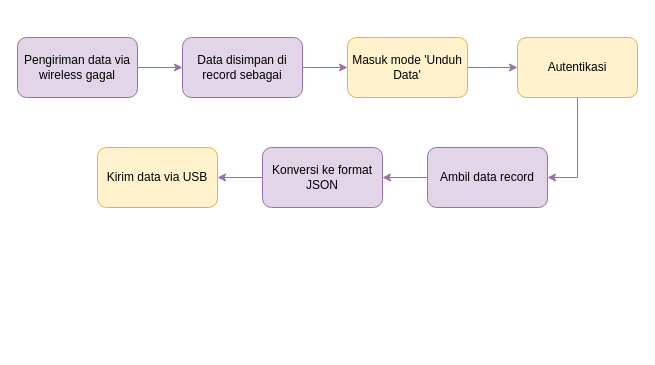
This is .flow/firm.drawio from frostdev03/SerialTo, a draw.io file, before an edit. Source tidied: cells renumbered, new cells numbered last; positions are measured from the earlier drawing's top-left corner, leaving out a move shared by most shapes. Both pictures are drawn from the tidied source at 100%, with x=0, y=0 at pixel (17, 37).
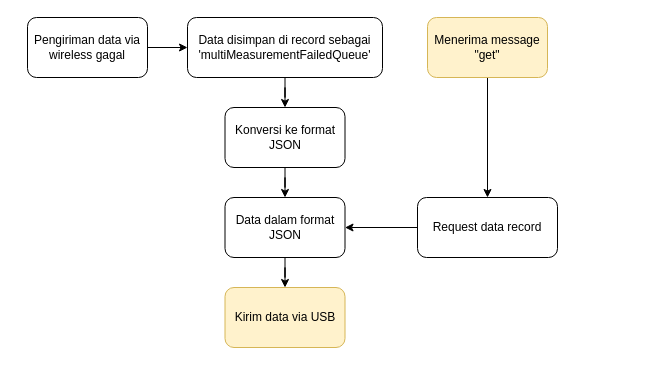
Above is the later version.

What changed in the source:
```diff
@@
 <mxGraphModel>
   <root>
     <mxCell id="0" />
     <mxCell id="1" parent="0" />
-    <mxCell id="2" style="edgeStyle=orthogonalEdgeStyle;rounded=0;jettySize=auto;html=1;fillColor=#e1d5e7;strokeColor=#9673a6;" parent="1" edge="1" source="3" target="5">
+    <mxCell id="2" style="edgeStyle=orthogonalEdgeStyle;rounded=0;jettySize=auto;html=1;" parent="1" edge="1" source="3" target="5">
       <mxGeometry relative="1" as="geometry" />
     </mxCell>
-    <mxCell id="3" value="Pengiriman data via wireless gagal" style="rounded=1;whiteSpace=wrap;html=1;fillColor=#e1d5e7;strokeColor=#9673a6;" parent="1" vertex="1">
-      <mxGeometry width="120" height="60" as="geometry" />
+    <mxCell id="3" value="Pengiriman data via wireless gagal" style="rounded=1;whiteSpace=wrap;html=1;" parent="1" vertex="1">
+      <mxGeometry x="10" y="-20" width="120" height="60" as="geometry" />
     </mxCell>
-    <mxCell id="4" style="edgeStyle=orthogonalEdgeStyle;rounded=0;jettySize=auto;html=1;entryX=0;entryY=0.5;entryDx=0;entryDy=0;fillColor=#e1d5e7;strokeColor=#9673a6;" parent="1" edge="1" source="5" target="14">
-      <mxGeometry relative="1" as="geometry" />
-    </mxCell>
+    <mxCell id="15" style="edgeStyle=orthogonalEdgeStyle;rounded=0;jettySize=auto;html=1;entryX=0.5;entryY=0;entryDx=0;entryDy=0;" parent="1" edge="1" source="5" target="11">
+      <mxGeometry relative="1" as="geometry" />
+    </mxCell>
-    <mxCell id="5" value="Data disimpan di record sebagai" style="rounded=1;whiteSpace=wrap;html=1;fillColor=#e1d5e7;strokeColor=#9673a6;" parent="1" vertex="1">
-      <mxGeometry x="165" width="120" height="60" as="geometry" />
+    <mxCell id="5" value="Data disimpan di record sebagai 'multiMeasurementFailedQueue'" style="rounded=1;whiteSpace=wrap;html=1;" parent="1" vertex="1">
+      <mxGeometry x="170" y="-20" width="195" height="60" as="geometry" />
     </mxCell>
-    <mxCell id="6" style="edgeStyle=orthogonalEdgeStyle;rounded=0;jettySize=auto;html=1;entryX=1;entryY=0.5;entryDx=0;entryDy=0;fillColor=#e1d5e7;strokeColor=#9673a6;" parent="1" edge="1" source="7" target="9">
-      <mxGeometry relative="1" as="geometry" />
-    </mxCell>
-    <mxCell id="7" value="Autentikasi" style="whiteSpace=wrap;html=1;rounded=1;fillColor=#fff2cc;strokeColor=#d6b656;" parent="1" vertex="1">
-      <mxGeometry x="500" width="120" height="60" as="geometry" />
-    </mxCell>
-    <mxCell id="8" style="edgeStyle=orthogonalEdgeStyle;rounded=0;jettySize=auto;html=1;fillColor=#e1d5e7;strokeColor=#9673a6;" parent="1" edge="1" source="9" target="11">
-      <mxGeometry relative="1" as="geometry" />
-    </mxCell>
+    <mxCell id="16" style="edgeStyle=orthogonalEdgeStyle;rounded=0;jettySize=auto;html=1;entryX=1;entryY=0.5;entryDx=0;entryDy=0;" parent="1" edge="1" source="9" target="21">
+      <mxGeometry relative="1" as="geometry" />
+    </mxCell>
-    <mxCell id="9" value="Ambil data record" style="whiteSpace=wrap;html=1;rounded=1;fillColor=#e1d5e7;strokeColor=#9673a6;" parent="1" vertex="1">
-      <mxGeometry x="410" y="110" width="120" height="60" as="geometry" />
+    <mxCell id="9" value="Request data record" style="whiteSpace=wrap;html=1;rounded=1;" parent="1" vertex="1">
+      <mxGeometry x="400" y="160" width="140" height="60" as="geometry" />
     </mxCell>
-    <mxCell id="10" style="edgeStyle=orthogonalEdgeStyle;rounded=0;jettySize=auto;html=1;fillColor=#e1d5e7;strokeColor=#9673a6;" parent="1" edge="1" source="11" target="12">
-      <mxGeometry relative="1" as="geometry" />
-    </mxCell>
+    <mxCell id="17" style="edgeStyle=orthogonalEdgeStyle;rounded=0;jettySize=auto;html=1;" parent="1" edge="1" source="11" target="21">
+      <mxGeometry relative="1" as="geometry" />
+    </mxCell>
-    <mxCell id="11" value="Konversi ke format JSON" style="whiteSpace=wrap;html=1;rounded=1;fillColor=#e1d5e7;strokeColor=#9673a6;" parent="1" vertex="1">
-      <mxGeometry x="245" y="110" width="120" height="60" as="geometry" />
+    <mxCell id="11" value="Konversi ke format JSON" style="whiteSpace=wrap;html=1;rounded=1;" parent="1" vertex="1">
+      <mxGeometry x="207.5" y="70" width="120" height="60" as="geometry" />
     </mxCell>
     <mxCell id="12" value="Kirim data via USB" style="whiteSpace=wrap;html=1;rounded=1;fillColor=#fff2cc;strokeColor=#d6b656;" parent="1" vertex="1">
-      <mxGeometry x="80" y="110" width="120" height="60" as="geometry" />
+      <mxGeometry x="207.5" y="250" width="120" height="60" as="geometry" />
     </mxCell>
-    <mxCell id="13" style="edgeStyle=orthogonalEdgeStyle;rounded=0;jettySize=auto;html=1;entryX=0;entryY=0.5;entryDx=0;entryDy=0;fillColor=#e1d5e7;strokeColor=#9673a6;" parent="1" edge="1" source="14" target="7">
-      <mxGeometry relative="1" as="geometry" />
-    </mxCell>
-    <mxCell id="14" value="Masuk mode 'Unduh Data'" style="rounded=1;whiteSpace=wrap;html=1;fillColor=#fff2cc;strokeColor=#d6b656;" parent="1" vertex="1">
-      <mxGeometry x="330" width="120" height="60" as="geometry" />
-    </mxCell>
+    <mxCell id="18" style="edgeStyle=orthogonalEdgeStyle;rounded=0;jettySize=auto;html=1;" parent="1" edge="1" source="19" target="9">
+      <mxGeometry relative="1" as="geometry" />
+    </mxCell>
+    <mxCell id="19" value="Menerima message &quot;get&quot;" style="whiteSpace=wrap;html=1;rounded=1;fillColor=#fff2cc;strokeColor=#d6b656;" parent="1" vertex="1">
+      <mxGeometry x="410" y="-20" width="120" height="60" as="geometry" />
+    </mxCell>
+    <mxCell id="20" style="edgeStyle=orthogonalEdgeStyle;rounded=0;jettySize=auto;html=1;" parent="1" edge="1" source="21" target="12">
+      <mxGeometry relative="1" as="geometry" />
+    </mxCell>
+    <mxCell id="21" value="Data dalam format JSON" style="whiteSpace=wrap;html=1;rounded=1;" parent="1" vertex="1">
+      <mxGeometry x="207.5" y="160" width="120" height="60" as="geometry" />
+    </mxCell>
   </root>
 </mxGraphModel>
```
